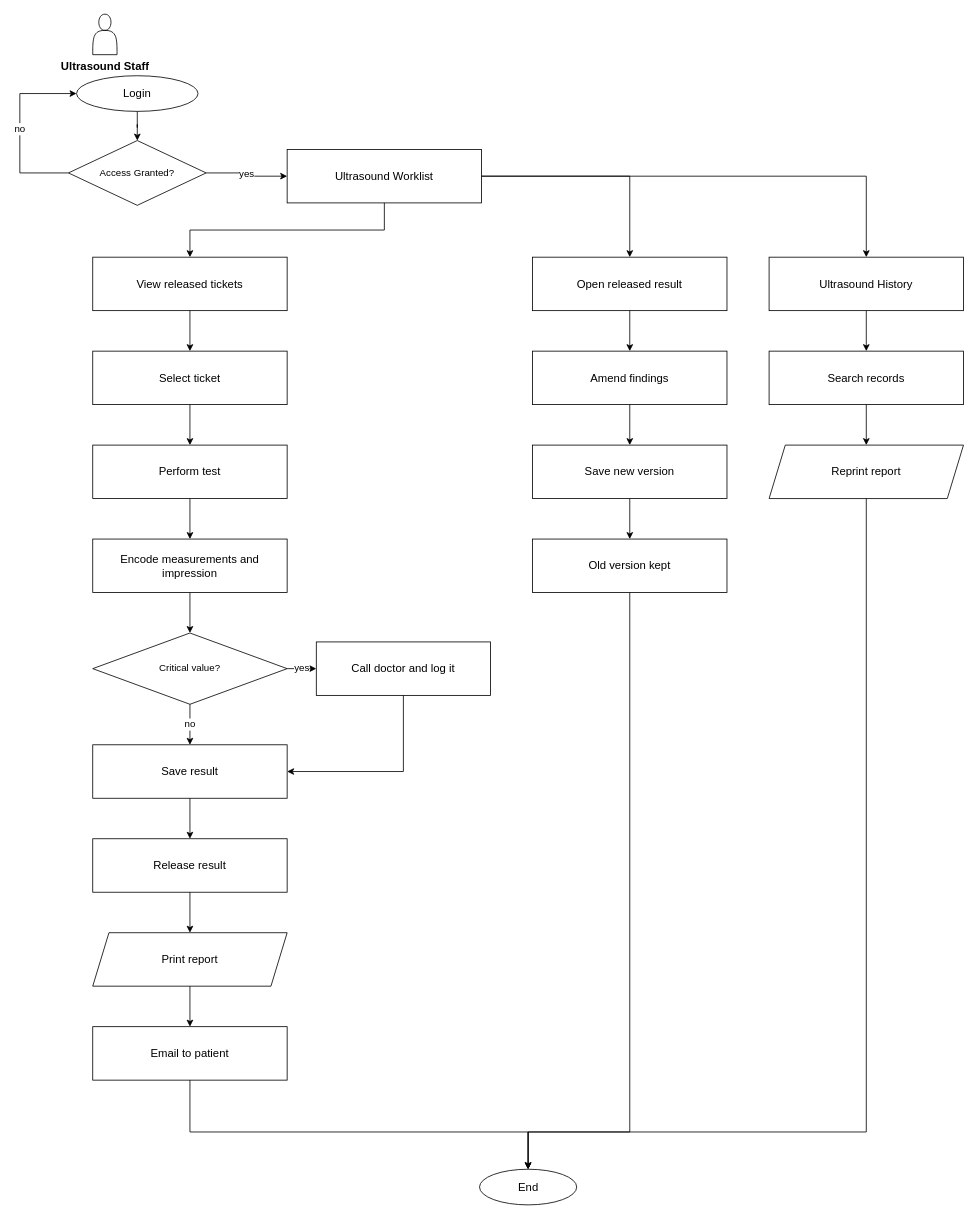
Earlier version of the draw.io diagram page "Ultrasound" (6 of 8) of docs/diagrams/flowcharts.drawio (steven23lz/Enlogada-Clinic-Management-System). Source tidied: cells renumbered, new cells numbered last; positions are measured from the earlier drawing's top-left corner, leaving out a move shared by most shapes. Both pictures are drawn from the tidied source at 81%, with x=0, y=0 at pixel (19, 14).
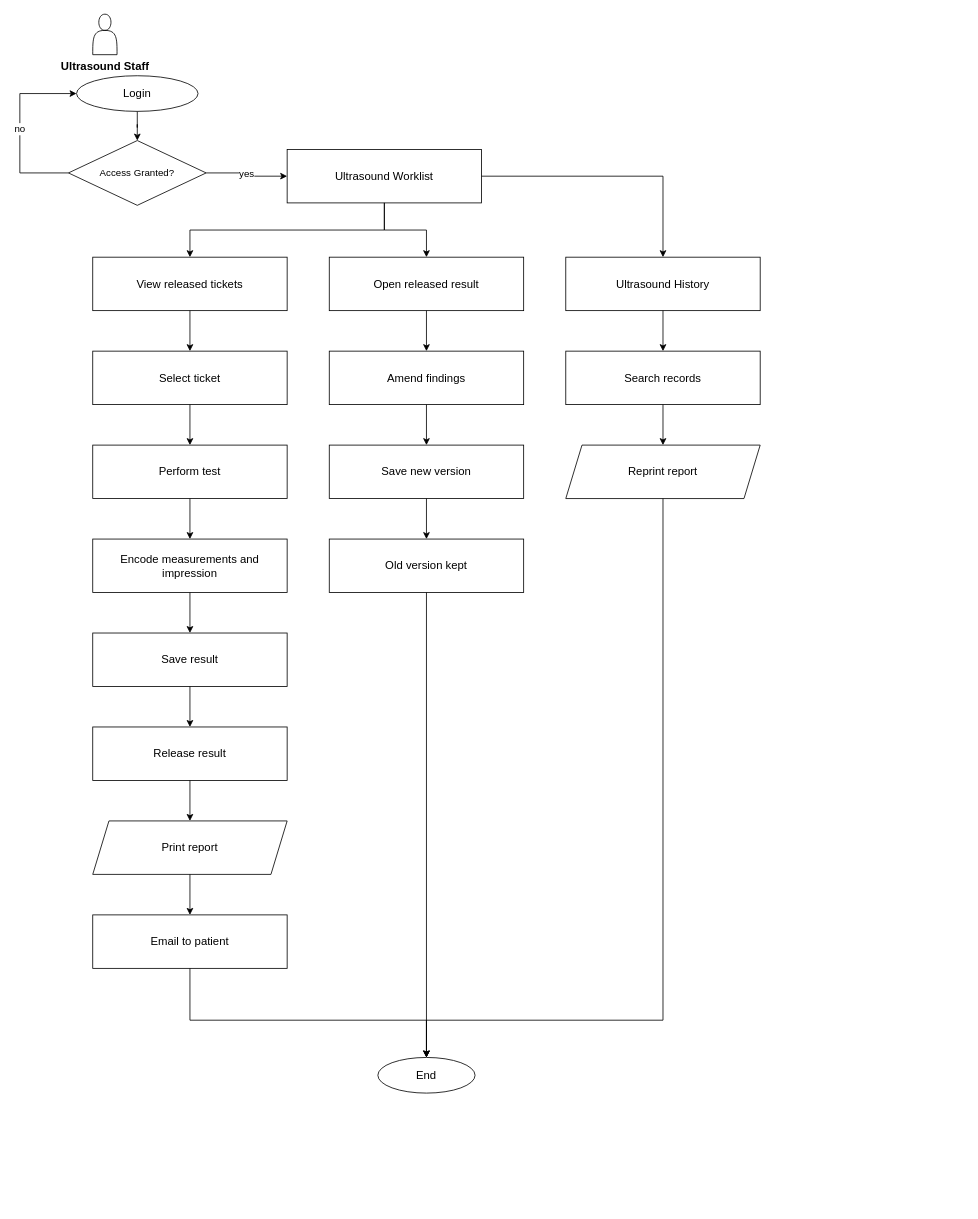
After the change.

Unchanged cells that the change refers to:
```xml
<mxCell id="5" value="Ultrasound Worklist" style="rounded=0;whiteSpace=wrap;html=1;fontFamily=Helvetica;fontSize=14;fontColor=#000000;strokeColor=#000000;" parent="1" vertex="1">
  <mxGeometry x="330" y="167" width="240" height="66" as="geometry" />
</mxCell>
<mxCell id="9" value="View released tickets" style="rounded=0;whiteSpace=wrap;html=1;fontFamily=Helvetica;fontSize=14;fontColor=#000000;strokeColor=#000000;" parent="1" vertex="1">
  <mxGeometry x="90" y="300" width="240" height="66" as="geometry" />
</mxCell>
<mxCell id="10" value="Select ticket" style="rounded=0;whiteSpace=wrap;html=1;fontFamily=Helvetica;fontSize=14;fontColor=#000000;strokeColor=#000000;" parent="1" vertex="1">
  <mxGeometry x="90" y="416" width="240" height="66" as="geometry" />
</mxCell>
<mxCell id="11" value="Perform test" style="rounded=0;whiteSpace=wrap;html=1;fontFamily=Helvetica;fontSize=14;fontColor=#000000;strokeColor=#000000;" parent="1" vertex="1">
  <mxGeometry x="90" y="532" width="240" height="66" as="geometry" />
</mxCell>
<mxCell id="12" value="Encode measurements and impression" style="rounded=0;whiteSpace=wrap;html=1;fontFamily=Helvetica;fontSize=14;fontColor=#000000;strokeColor=#000000;" parent="1" vertex="1">
  <mxGeometry x="90" y="648" width="240" height="66" as="geometry" />
</mxCell>
```

The edit, as a diff of the source:
```diff
@@
-    <mxCell id="13" value="Critical value?" style="rhombus;whiteSpace=wrap;html=1;fontFamily=Helvetica;fontSize=12;fontColor=#000000;strokeColor=#000000;" parent="1" vertex="1">
-      <mxGeometry x="90" y="764" width="240" height="88" as="geometry" />
+    <mxCell id="13" value="Save result" style="rounded=0;whiteSpace=wrap;html=1;fontFamily=Helvetica;fontSize=14;fontColor=#000000;strokeColor=#000000;" parent="1" vertex="1">
+      <mxGeometry x="90" y="764" width="240" height="66" as="geometry" />
     </mxCell>
-    <mxCell id="14" value="Save result" style="rounded=0;whiteSpace=wrap;html=1;fontFamily=Helvetica;fontSize=14;fontColor=#000000;strokeColor=#000000;" parent="1" vertex="1">
-      <mxGeometry x="90" y="902" width="240" height="66" as="geometry" />
+    <mxCell id="14" value="Release result" style="rounded=0;whiteSpace=wrap;html=1;fontFamily=Helvetica;fontSize=14;fontColor=#000000;strokeColor=#000000;" parent="1" vertex="1">
+      <mxGeometry x="90" y="880" width="240" height="66" as="geometry" />
     </mxCell>
-    <mxCell id="15" value="Release result" style="rounded=0;whiteSpace=wrap;html=1;fontFamily=Helvetica;fontSize=14;fontColor=#000000;strokeColor=#000000;" parent="1" vertex="1">
-      <mxGeometry x="90" y="1018" width="240" height="66" as="geometry" />
+    <mxCell id="15" value="Print report" style="shape=parallelogram;perimeter=parallelogramPerimeter;whiteSpace=wrap;html=1;fixedSize=1;fontFamily=Helvetica;fontSize=14;fontColor=#000000;strokeColor=#000000;" parent="1" vertex="1">
+      <mxGeometry x="90" y="996" width="240" height="66" as="geometry" />
     </mxCell>
-    <mxCell id="16" value="Print report" style="shape=parallelogram;perimeter=parallelogramPerimeter;whiteSpace=wrap;html=1;fixedSize=1;fontFamily=Helvetica;fontSize=14;fontColor=#000000;strokeColor=#000000;" parent="1" vertex="1">
-      <mxGeometry x="90" y="1134" width="240" height="66" as="geometry" />
+    <mxCell id="16" value="Email to patient" style="rounded=0;whiteSpace=wrap;html=1;fontFamily=Helvetica;fontSize=14;fontColor=#000000;strokeColor=#000000;" parent="1" vertex="1">
+      <mxGeometry x="90" y="1112" width="240" height="66" as="geometry" />
     </mxCell>
-    <mxCell id="17" value="Email to patient" style="rounded=0;whiteSpace=wrap;html=1;fontFamily=Helvetica;fontSize=14;fontColor=#000000;strokeColor=#000000;" parent="1" vertex="1">
-      <mxGeometry x="90" y="1250" width="240" height="66" as="geometry" />
-    </mxCell>
+    <mxCell id="48" style="edgeStyle=orthogonalEdgeStyle;rounded=0;html=1;jettySize=auto;fontFamily=Helvetica;fontSize=12;fontColor=#000000;strokeColor=#000000;" parent="1" edge="1" source="5" target="9">
+      <mxGeometry relative="1" as="geometry" />
+    </mxCell>
-    <mxCell id="18" style="edgeStyle=orthogonalEdgeStyle;rounded=0;html=1;jettySize=auto;fontFamily=Helvetica;fontSize=12;fontColor=#000000;strokeColor=#000000;" parent="1" edge="1" source="5" target="9">
+    <mxCell id="18" style="edgeStyle=orthogonalEdgeStyle;rounded=0;html=1;jettySize=auto;fontFamily=Helvetica;fontSize=12;fontColor=#000000;strokeColor=#000000;" parent="1" edge="1" source="9" target="10">
       <mxGeometry relative="1" as="geometry" />
     </mxCell>
-    <mxCell id="19" style="edgeStyle=orthogonalEdgeStyle;rounded=0;html=1;jettySize=auto;fontFamily=Helvetica;fontSize=12;fontColor=#000000;strokeColor=#000000;" parent="1" edge="1" source="9" target="10">
+    <mxCell id="19" style="edgeStyle=orthogonalEdgeStyle;rounded=0;html=1;jettySize=auto;fontFamily=Helvetica;fontSize=12;fontColor=#000000;strokeColor=#000000;" parent="1" edge="1" source="10" target="11">
       <mxGeometry relative="1" as="geometry" />
     </mxCell>
-    <mxCell id="20" style="edgeStyle=orthogonalEdgeStyle;rounded=0;html=1;jettySize=auto;fontFamily=Helvetica;fontSize=12;fontColor=#000000;strokeColor=#000000;" parent="1" edge="1" source="10" target="11">
+    <mxCell id="20" style="edgeStyle=orthogonalEdgeStyle;rounded=0;html=1;jettySize=auto;fontFamily=Helvetica;fontSize=12;fontColor=#000000;strokeColor=#000000;" parent="1" edge="1" source="11" target="12">
       <mxGeometry relative="1" as="geometry" />
     </mxCell>
-    <mxCell id="21" style="edgeStyle=orthogonalEdgeStyle;rounded=0;html=1;jettySize=auto;fontFamily=Helvetica;fontSize=12;fontColor=#000000;strokeColor=#000000;" parent="1" edge="1" source="11" target="12">
+    <mxCell id="21" style="edgeStyle=orthogonalEdgeStyle;rounded=0;html=1;jettySize=auto;fontFamily=Helvetica;fontSize=12;fontColor=#000000;strokeColor=#000000;" parent="1" edge="1" source="12" target="13">
       <mxGeometry relative="1" as="geometry" />
     </mxCell>
-    <mxCell id="22" style="edgeStyle=orthogonalEdgeStyle;rounded=0;html=1;jettySize=auto;fontFamily=Helvetica;fontSize=12;fontColor=#000000;strokeColor=#000000;" parent="1" edge="1" source="12" target="13">
+    <mxCell id="22" style="edgeStyle=orthogonalEdgeStyle;rounded=0;html=1;jettySize=auto;fontFamily=Helvetica;fontSize=12;fontColor=#000000;strokeColor=#000000;" parent="1" edge="1" source="13" target="14">
       <mxGeometry relative="1" as="geometry" />
     </mxCell>
-    <mxCell id="23" value="Call doctor and log it" style="rounded=0;whiteSpace=wrap;html=1;fontFamily=Helvetica;fontSize=14;fontColor=#000000;strokeColor=#000000;" parent="1" vertex="1">
-      <mxGeometry x="366" y="775" width="215" height="66" as="geometry" />
-    </mxCell>
+    <mxCell id="27" style="edgeStyle=orthogonalEdgeStyle;rounded=0;html=1;jettySize=auto;fontFamily=Helvetica;fontSize=12;fontColor=#000000;strokeColor=#000000;" parent="1" edge="1" source="14" target="15">
+      <mxGeometry relative="1" as="geometry" />
+    </mxCell>
-    <mxCell id="24" value="yes" style="edgeStyle=orthogonalEdgeStyle;rounded=0;html=1;jettySize=auto;fontFamily=Helvetica;fontSize=12;fontColor=#000000;strokeColor=#000000;" parent="1" edge="1" source="13" target="23">
+    <mxCell id="24" style="edgeStyle=orthogonalEdgeStyle;rounded=0;html=1;jettySize=auto;fontFamily=Helvetica;fontSize=12;fontColor=#000000;strokeColor=#000000;" parent="1" edge="1" source="15" target="16">
       <mxGeometry relative="1" as="geometry" />
     </mxCell>
-    <mxCell id="25" style="edgeStyle=orthogonalEdgeStyle;rounded=0;html=1;jettySize=auto;fontFamily=Helvetica;fontSize=12;fontColor=#000000;strokeColor=#000000;exitX=0.5;exitY=1;exitDx=0;exitDy=0;entryX=1;entryY=0.5;entryDx=0;entryDy=0;" parent="1" edge="1" source="23" target="14">
-      <mxGeometry relative="1" as="geometry" />
-    </mxCell>
-    <mxCell id="26" value="no" style="edgeStyle=orthogonalEdgeStyle;rounded=0;html=1;jettySize=auto;fontFamily=Helvetica;fontSize=12;fontColor=#000000;strokeColor=#000000;" parent="1" edge="1" source="13" target="14">
-      <mxGeometry relative="1" as="geometry" />
-    </mxCell>
-    <mxCell id="27" style="edgeStyle=orthogonalEdgeStyle;rounded=0;html=1;jettySize=auto;fontFamily=Helvetica;fontSize=12;fontColor=#000000;strokeColor=#000000;" parent="1" edge="1" source="14" target="15">
-      <mxGeometry relative="1" as="geometry" />
-    </mxCell>
-    <mxCell id="28" style="edgeStyle=orthogonalEdgeStyle;rounded=0;html=1;jettySize=auto;fontFamily=Helvetica;fontSize=12;fontColor=#000000;strokeColor=#000000;" parent="1" edge="1" source="15" target="16">
-      <mxGeometry relative="1" as="geometry" />
-    </mxCell>
-    <mxCell id="29" style="edgeStyle=orthogonalEdgeStyle;rounded=0;html=1;jettySize=auto;fontFamily=Helvetica;fontSize=12;fontColor=#000000;strokeColor=#000000;" parent="1" edge="1" source="16" target="17">
-      <mxGeometry relative="1" as="geometry" />
-    </mxCell>
     <mxCell id="30" value="Open released result" style="rounded=0;whiteSpace=wrap;html=1;fontFamily=Helvetica;fontSize=14;fontColor=#000000;strokeColor=#000000;" parent="1" vertex="1">
-      <mxGeometry x="633" y="300" width="240" height="66" as="geometry" />
+      <mxGeometry x="382" y="300" width="240" height="66" as="geometry" />
     </mxCell>
     <mxCell id="31" value="Amend findings" style="rounded=0;whiteSpace=wrap;html=1;fontFamily=Helvetica;fontSize=14;fontColor=#000000;strokeColor=#000000;" parent="1" vertex="1">
-      <mxGeometry x="633" y="416" width="240" height="66" as="geometry" />
+      <mxGeometry x="382" y="416" width="240" height="66" as="geometry" />
     </mxCell>
     <mxCell id="32" value="Save new version" style="rounded=0;whiteSpace=wrap;html=1;fontFamily=Helvetica;fontSize=14;fontColor=#000000;strokeColor=#000000;" parent="1" vertex="1">
-      <mxGeometry x="633" y="532" width="240" height="66" as="geometry" />
+      <mxGeometry x="382" y="532" width="240" height="66" as="geometry" />
     </mxCell>
+    <mxCell id="49" value="Old version kept" style="rounded=0;whiteSpace=wrap;html=1;fontFamily=Helvetica;fontSize=14;fontColor=#000000;strokeColor=#000000;" parent="1" vertex="1">
+      <mxGeometry x="382" y="648" width="240" height="66" as="geometry" />
+    </mxCell>
+    <mxCell id="29" style="edgeStyle=orthogonalEdgeStyle;rounded=0;html=1;jettySize=auto;fontFamily=Helvetica;fontSize=12;fontColor=#000000;strokeColor=#000000;" parent="1" edge="1" source="5" target="30">
+      <mxGeometry relative="1" as="geometry" />
+    </mxCell>
+    <mxCell id="35" style="edgeStyle=orthogonalEdgeStyle;rounded=0;html=1;jettySize=auto;fontFamily=Helvetica;fontSize=12;fontColor=#000000;strokeColor=#000000;" parent="1" edge="1" source="30" target="31">
+      <mxGeometry relative="1" as="geometry" />
+    </mxCell>
+    <mxCell id="50" style="edgeStyle=orthogonalEdgeStyle;rounded=0;html=1;jettySize=auto;fontFamily=Helvetica;fontSize=12;fontColor=#000000;strokeColor=#000000;" parent="1" edge="1" source="31" target="32">
+      <mxGeometry relative="1" as="geometry" />
+    </mxCell>
+    <mxCell id="51" style="edgeStyle=orthogonalEdgeStyle;rounded=0;html=1;jettySize=auto;fontFamily=Helvetica;fontSize=12;fontColor=#000000;strokeColor=#000000;" parent="1" edge="1" source="32" target="49">
+      <mxGeometry relative="1" as="geometry" />
+    </mxCell>
-    <mxCell id="33" value="Old version kept" style="rounded=0;whiteSpace=wrap;html=1;fontFamily=Helvetica;fontSize=14;fontColor=#000000;strokeColor=#000000;" parent="1" vertex="1">
-      <mxGeometry x="633" y="648" width="240" height="66" as="geometry" />
+    <mxCell id="33" value="Ultrasound History" style="rounded=0;whiteSpace=wrap;html=1;fontFamily=Helvetica;fontSize=14;fontColor=#000000;strokeColor=#000000;" parent="1" vertex="1">
+      <mxGeometry x="674" y="300" width="240" height="66" as="geometry" />
     </mxCell>
-    <mxCell id="34" style="edgeStyle=orthogonalEdgeStyle;rounded=0;html=1;jettySize=auto;fontFamily=Helvetica;fontSize=12;fontColor=#000000;strokeColor=#000000;" parent="1" edge="1" source="5" target="30">
-      <mxGeometry relative="1" as="geometry" />
-    </mxCell>
-    <mxCell id="35" style="edgeStyle=orthogonalEdgeStyle;rounded=0;html=1;jettySize=auto;fontFamily=Helvetica;fontSize=12;fontColor=#000000;strokeColor=#000000;" parent="1" edge="1" source="30" target="31">
-      <mxGeometry relative="1" as="geometry" />
-    </mxCell>
+    <mxCell id="52" value="Search records" style="rounded=0;whiteSpace=wrap;html=1;fontFamily=Helvetica;fontSize=14;fontColor=#000000;strokeColor=#000000;" parent="1" vertex="1">
+      <mxGeometry x="674" y="416" width="240" height="66" as="geometry" />
+    </mxCell>
+    <mxCell id="40" value="Reprint report" style="shape=parallelogram;perimeter=parallelogramPerimeter;whiteSpace=wrap;html=1;fixedSize=1;fontFamily=Helvetica;fontSize=14;fontColor=#000000;strokeColor=#000000;" parent="1" vertex="1">
+      <mxGeometry x="674" y="532" width="240" height="66" as="geometry" />
+    </mxCell>
-    <mxCell id="36" style="edgeStyle=orthogonalEdgeStyle;rounded=0;html=1;jettySize=auto;fontFamily=Helvetica;fontSize=12;fontColor=#000000;strokeColor=#000000;" parent="1" edge="1" source="31" target="32">
+    <mxCell id="36" style="edgeStyle=orthogonalEdgeStyle;rounded=0;html=1;jettySize=auto;fontFamily=Helvetica;fontSize=12;fontColor=#000000;strokeColor=#000000;" parent="1" edge="1" source="5" target="33">
       <mxGeometry relative="1" as="geometry" />
     </mxCell>
-    <mxCell id="37" style="edgeStyle=orthogonalEdgeStyle;rounded=0;html=1;jettySize=auto;fontFamily=Helvetica;fontSize=12;fontColor=#000000;strokeColor=#000000;" parent="1" edge="1" source="32" target="33">
+    <mxCell id="37" style="edgeStyle=orthogonalEdgeStyle;rounded=0;html=1;jettySize=auto;fontFamily=Helvetica;fontSize=12;fontColor=#000000;strokeColor=#000000;" parent="1" edge="1" source="33" target="52">
       <mxGeometry relative="1" as="geometry" />
     </mxCell>
-    <mxCell id="38" value="Ultrasound History" style="rounded=0;whiteSpace=wrap;html=1;fontFamily=Helvetica;fontSize=14;fontColor=#000000;strokeColor=#000000;" parent="1" vertex="1">
-      <mxGeometry x="925" y="300" width="240" height="66" as="geometry" />
-    </mxCell>
+    <mxCell id="53" style="edgeStyle=orthogonalEdgeStyle;rounded=0;html=1;jettySize=auto;fontFamily=Helvetica;fontSize=12;fontColor=#000000;strokeColor=#000000;" parent="1" edge="1" source="52" target="40">
+      <mxGeometry relative="1" as="geometry" />
+    </mxCell>
-    <mxCell id="39" value="Search records" style="rounded=0;whiteSpace=wrap;html=1;fontFamily=Helvetica;fontSize=14;fontColor=#000000;strokeColor=#000000;" parent="1" vertex="1">
-      <mxGeometry x="925" y="416" width="240" height="66" as="geometry" />
+    <mxCell id="39" value="End" style="ellipse;whiteSpace=wrap;html=1;fontFamily=Helvetica;fontSize=14;fontColor=#000000;strokeColor=#000000;" parent="1" vertex="1">
+      <mxGeometry x="442" y="1288" width="120" height="44" as="geometry" />
     </mxCell>
-    <mxCell id="40" value="Reprint report" style="shape=parallelogram;perimeter=parallelogramPerimeter;whiteSpace=wrap;html=1;fixedSize=1;fontFamily=Helvetica;fontSize=14;fontColor=#000000;strokeColor=#000000;" parent="1" vertex="1">
-      <mxGeometry x="925" y="532" width="240" height="66" as="geometry" />
-    </mxCell>
+    <mxCell id="54" style="edgeStyle=orthogonalEdgeStyle;rounded=0;html=1;jettySize=auto;fontFamily=Helvetica;fontSize=12;fontColor=#000000;strokeColor=#000000;exitX=0.5;exitY=1;exitDx=0;exitDy=0;" parent="1" edge="1" source="16" target="39">
+      <mxGeometry relative="1" as="geometry">
+        <Array as="points">
+          <mxPoint x="210" y="1242" />
+        </Array>
+      </mxGeometry>
+    </mxCell>
-    <mxCell id="41" style="edgeStyle=orthogonalEdgeStyle;rounded=0;html=1;jettySize=auto;fontFamily=Helvetica;fontSize=12;fontColor=#000000;strokeColor=#000000;" parent="1" edge="1" source="5" target="38">
-      <mxGeometry relative="1" as="geometry" />
+    <mxCell id="41" style="edgeStyle=orthogonalEdgeStyle;rounded=0;html=1;jettySize=auto;fontFamily=Helvetica;fontSize=12;fontColor=#000000;strokeColor=#000000;exitX=0.5;exitY=1;exitDx=0;exitDy=0;" parent="1" edge="1" source="49" target="39">
+      <mxGeometry relative="1" as="geometry">
+        <Array as="points">
+          <mxPoint x="502" y="1242" />
+        </Array>
+      </mxGeometry>
     </mxCell>
-    <mxCell id="42" style="edgeStyle=orthogonalEdgeStyle;rounded=0;html=1;jettySize=auto;fontFamily=Helvetica;fontSize=12;fontColor=#000000;strokeColor=#000000;" parent="1" edge="1" source="38" target="39">
-      <mxGeometry relative="1" as="geometry" />
+    <mxCell id="42" style="edgeStyle=orthogonalEdgeStyle;rounded=0;html=1;jettySize=auto;fontFamily=Helvetica;fontSize=12;fontColor=#000000;strokeColor=#000000;exitX=0.5;exitY=1;exitDx=0;exitDy=0;" parent="1" edge="1" source="40" target="39">
+      <mxGeometry relative="1" as="geometry">
+        <Array as="points">
+          <mxPoint x="794" y="1242" />
+        </Array>
+      </mxGeometry>
     </mxCell>
-    <mxCell id="43" style="edgeStyle=orthogonalEdgeStyle;rounded=0;html=1;jettySize=auto;fontFamily=Helvetica;fontSize=12;fontColor=#000000;strokeColor=#000000;" parent="1" edge="1" source="39" target="40">
-      <mxGeometry relative="1" as="geometry" />
-    </mxCell>
-    <mxCell id="44" value="End" style="ellipse;whiteSpace=wrap;html=1;fontFamily=Helvetica;fontSize=14;fontColor=#000000;strokeColor=#000000;" parent="1" vertex="1">
-      <mxGeometry x="567.5" y="1426" width="120" height="44" as="geometry" />
-    </mxCell>
-    <mxCell id="45" style="edgeStyle=orthogonalEdgeStyle;rounded=0;html=1;jettySize=auto;fontFamily=Helvetica;fontSize=12;fontColor=#000000;strokeColor=#000000;exitX=0.5;exitY=1;exitDx=0;exitDy=0;" parent="1" edge="1" source="17" target="44">
-      <mxGeometry relative="1" as="geometry">
-        <Array as="points">
-          <mxPoint x="210" y="1380" />
-        </Array>
-      </mxGeometry>
-    </mxCell>
-    <mxCell id="46" style="edgeStyle=orthogonalEdgeStyle;rounded=0;html=1;jettySize=auto;fontFamily=Helvetica;fontSize=12;fontColor=#000000;strokeColor=#000000;exitX=0.5;exitY=1;exitDx=0;exitDy=0;" parent="1" edge="1" source="33" target="44">
-      <mxGeometry relative="1" as="geometry">
-        <Array as="points">
-          <mxPoint x="753" y="1380" />
-        </Array>
-      </mxGeometry>
-    </mxCell>
-    <mxCell id="47" style="edgeStyle=orthogonalEdgeStyle;rounded=0;html=1;jettySize=auto;fontFamily=Helvetica;fontSize=12;fontColor=#000000;strokeColor=#000000;exitX=0.5;exitY=1;exitDx=0;exitDy=0;" parent="1" edge="1" source="40" target="44">
-      <mxGeometry relative="1" as="geometry">
-        <Array as="points">
-          <mxPoint x="1045" y="1380" />
-        </Array>
-      </mxGeometry>
-    </mxCell>
```
